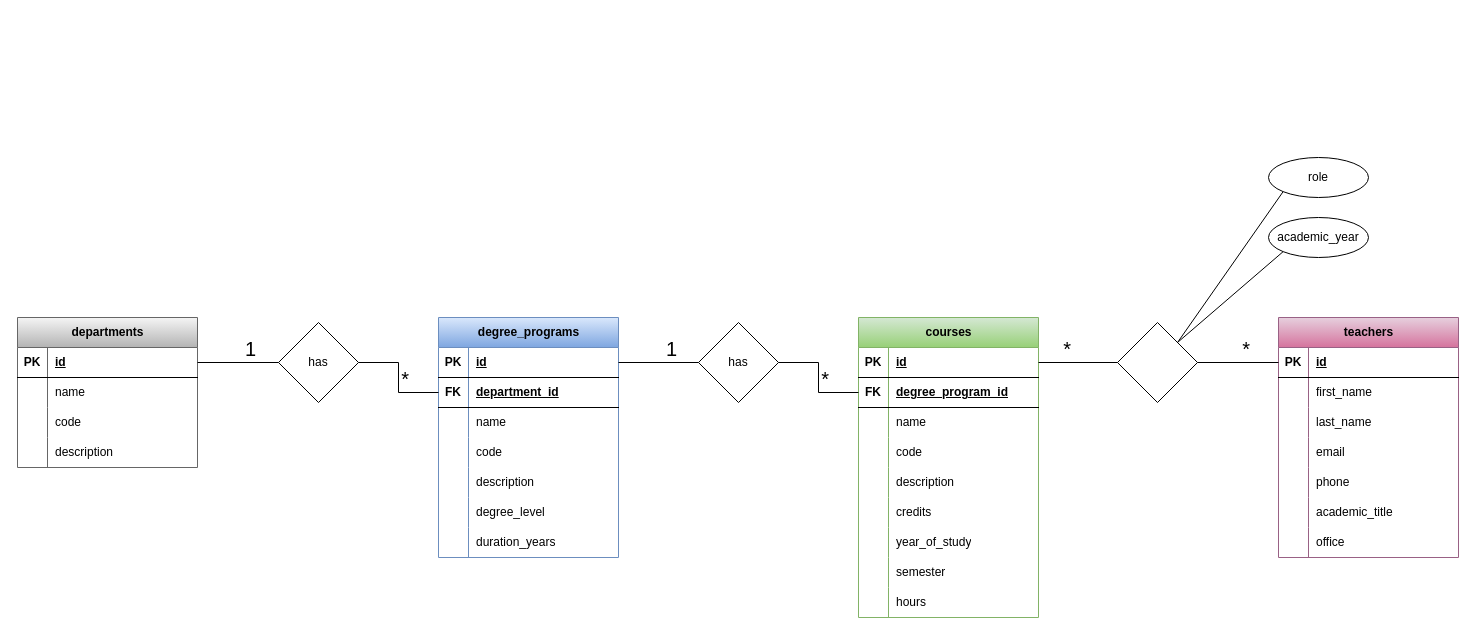
giovannimazzi/db-university keeps this draw.io diagram as db-university.drawio. Above is the earlier version. Source tidied: cells renumbered, new cells numbered last; positions are measured from the earlier drawing's top-left corner, leaving out a move shared by most shapes. Both pictures are drawn from the tidied source at 100%, with x=0, y=0 at pixel (17, 157).
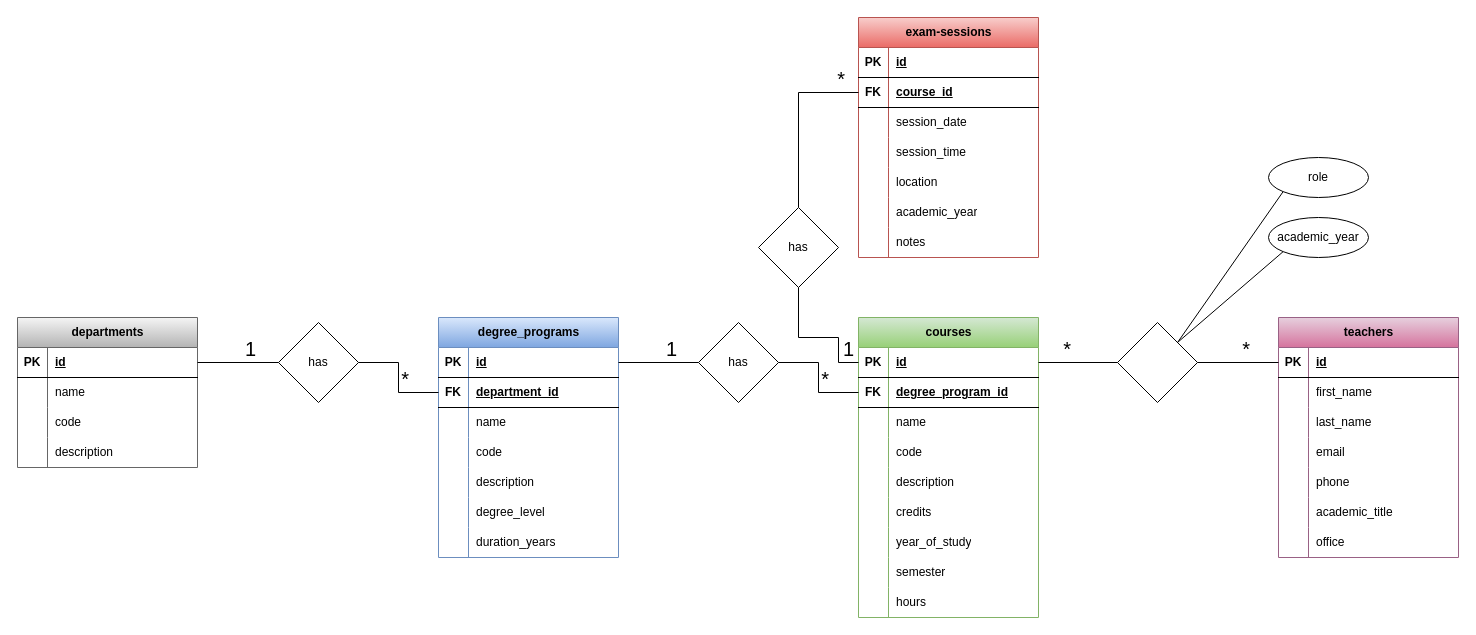
After the change.

The change refers to these unchanged cells:
```xml
<mxCell id="44" style="shape=tableRow;horizontal=0;startSize=0;swimlaneHead=0;swimlaneBody=0;fillColor=none;points=[[0,0.5],[1,0.5]];portConstraint=eastwest;top=0;left=0;right=0;bottom=1;" parent="43" vertex="1">
  <mxGeometry y="30" width="180" height="30" as="geometry" />
</mxCell>
```

Change to the diagram source:
```diff
@@
+    <mxCell id="109" value="exam-sessions" style="shape=table;startSize=30;childLayout=tableLayout;rowLines=0;fontStyle=1;align=center;html=1;fillColor=#f8cecc;strokeColor=#b85450;gradientColor=#ea6b66;" parent="1" vertex="1">
+      <mxGeometry x="841" y="-140" width="180" height="240" as="geometry" />
+    </mxCell>
+    <mxCell id="110" style="shape=tableRow;horizontal=0;startSize=0;swimlaneHead=0;swimlaneBody=0;fillColor=none;top=0;left=0;right=0;bottom=1;" parent="109" vertex="1">
+      <mxGeometry y="30" width="180" height="30" as="geometry" />
+    </mxCell>
+    <mxCell id="111" value="PK" style="shape=partialRectangle;fillColor=none;top=0;left=0;bottom=0;right=0;fontStyle=1;overflow=hidden;whiteSpace=wrap;html=1;" parent="110" vertex="1">
+      <mxGeometry width="30" height="30" as="geometry" />
+    </mxCell>
+    <mxCell id="112" value="id" style="shape=partialRectangle;fillColor=none;top=0;left=0;bottom=0;right=0;align=left;spacingLeft=6;fontStyle=5;overflow=hidden;whiteSpace=wrap;html=1;" parent="110" vertex="1">
+      <mxGeometry x="30" width="150" height="30" as="geometry" />
+    </mxCell>
+    <mxCell id="113" style="shape=tableRow;horizontal=0;startSize=0;swimlaneHead=0;swimlaneBody=0;fillColor=none;points=[[0,0.5],[1,0.5]];portConstraint=eastwest;top=0;left=0;right=0;bottom=1;" parent="109" vertex="1">
+      <mxGeometry y="60" width="180" height="30" as="geometry" />
+    </mxCell>
+    <mxCell id="114" value="FK" style="shape=partialRectangle;fillColor=none;top=0;left=0;bottom=0;right=0;fontStyle=1;overflow=hidden;whiteSpace=wrap;html=1;" parent="113" vertex="1">
+      <mxGeometry width="30" height="30" as="geometry" />
+    </mxCell>
+    <mxCell id="115" value="course_id" style="shape=partialRectangle;fillColor=none;top=0;left=0;bottom=0;right=0;align=left;spacingLeft=6;fontStyle=5;overflow=hidden;whiteSpace=wrap;html=1;" parent="113" vertex="1">
+      <mxGeometry x="30" width="150" height="30" as="geometry" />
+    </mxCell>
+    <mxCell id="116" style="shape=tableRow;horizontal=0;startSize=0;swimlaneHead=0;swimlaneBody=0;fillColor=none;top=0;left=0;right=0;bottom=0;" parent="109" vertex="1">
+      <mxGeometry y="90" width="180" height="30" as="geometry" />
+    </mxCell>
+    <mxCell id="117" style="shape=partialRectangle;fillColor=none;top=0;left=0;bottom=0;right=0;overflow=hidden;whiteSpace=wrap;html=1;" parent="116" vertex="1">
+      <mxGeometry width="30" height="30" as="geometry" />
+    </mxCell>
+    <mxCell id="118" value="session_date" style="shape=partialRectangle;fillColor=none;top=0;left=0;bottom=0;right=0;align=left;spacingLeft=6;overflow=hidden;whiteSpace=wrap;html=1;" parent="116" vertex="1">
+      <mxGeometry x="30" width="150" height="30" as="geometry" />
+    </mxCell>
+    <mxCell id="119" style="shape=tableRow;horizontal=0;startSize=0;swimlaneHead=0;swimlaneBody=0;fillColor=none;top=0;left=0;right=0;bottom=0;" parent="109" vertex="1">
+      <mxGeometry y="120" width="180" height="30" as="geometry" />
+    </mxCell>
+    <mxCell id="120" style="shape=partialRectangle;fillColor=none;top=0;left=0;bottom=0;right=0;overflow=hidden;whiteSpace=wrap;html=1;" parent="119" vertex="1">
+      <mxGeometry width="30" height="30" as="geometry" />
+    </mxCell>
+    <mxCell id="121" value="session_time" style="shape=partialRectangle;fillColor=none;top=0;left=0;bottom=0;right=0;align=left;spacingLeft=6;overflow=hidden;whiteSpace=wrap;html=1;" parent="119" vertex="1">
+      <mxGeometry x="30" width="150" height="30" as="geometry" />
+    </mxCell>
+    <mxCell id="122" style="shape=tableRow;horizontal=0;startSize=0;swimlaneHead=0;swimlaneBody=0;fillColor=none;top=0;left=0;right=0;bottom=0;" parent="109" vertex="1">
+      <mxGeometry y="150" width="180" height="30" as="geometry" />
+    </mxCell>
+    <mxCell id="123" style="shape=partialRectangle;fillColor=none;top=0;left=0;bottom=0;right=0;overflow=hidden;whiteSpace=wrap;html=1;" parent="122" vertex="1">
+      <mxGeometry width="30" height="30" as="geometry" />
+    </mxCell>
+    <mxCell id="124" value="location" style="shape=partialRectangle;fillColor=none;top=0;left=0;bottom=0;right=0;align=left;spacingLeft=6;overflow=hidden;whiteSpace=wrap;html=1;" parent="122" vertex="1">
+      <mxGeometry x="30" width="150" height="30" as="geometry" />
+    </mxCell>
+    <mxCell id="125" style="shape=tableRow;horizontal=0;startSize=0;swimlaneHead=0;swimlaneBody=0;fillColor=none;top=0;left=0;right=0;bottom=0;" parent="109" vertex="1">
+      <mxGeometry y="180" width="180" height="30" as="geometry" />
+    </mxCell>
+    <mxCell id="126" style="shape=partialRectangle;fillColor=none;top=0;left=0;bottom=0;right=0;overflow=hidden;whiteSpace=wrap;html=1;" parent="125" vertex="1">
+      <mxGeometry width="30" height="30" as="geometry" />
+    </mxCell>
+    <mxCell id="127" value="academic_year" style="shape=partialRectangle;fillColor=none;top=0;left=0;bottom=0;right=0;align=left;spacingLeft=6;overflow=hidden;whiteSpace=wrap;html=1;" parent="125" vertex="1">
+      <mxGeometry x="30" width="150" height="30" as="geometry" />
+    </mxCell>
+    <mxCell id="128" style="shape=tableRow;horizontal=0;startSize=0;swimlaneHead=0;swimlaneBody=0;fillColor=none;top=0;left=0;right=0;bottom=0;" parent="109" vertex="1">
+      <mxGeometry y="210" width="180" height="30" as="geometry" />
+    </mxCell>
+    <mxCell id="129" style="shape=partialRectangle;fillColor=none;top=0;left=0;bottom=0;right=0;overflow=hidden;whiteSpace=wrap;html=1;" parent="128" vertex="1">
+      <mxGeometry width="30" height="30" as="geometry" />
+    </mxCell>
+    <mxCell id="130" value="notes" style="shape=partialRectangle;fillColor=none;top=0;left=0;bottom=0;right=0;align=left;spacingLeft=6;overflow=hidden;whiteSpace=wrap;html=1;" parent="128" vertex="1">
+      <mxGeometry x="30" width="150" height="30" as="geometry" />
+    </mxCell>
+    <mxCell id="131" style="group;" parent="1" vertex="1">
+      <mxGeometry x="741" y="50" width="80" height="80" as="geometry" />
+    </mxCell>
+    <mxCell id="132" value="has" style="rhombus;whiteSpace=wrap;html=1;" parent="131" vertex="1">
+      <mxGeometry width="80" height="80" as="geometry" />
+    </mxCell>
+    <mxCell id="133" style="endArrow=none;html=1;rounded=0;entryX=0;entryY=0.5;entryDx=0;entryDy=0;edgeStyle=orthogonalEdgeStyle;exitX=0.5;exitY=0;exitDx=0;exitDy=0;" parent="1" edge="1" source="132" target="113">
+      <mxGeometry relative="1" as="geometry" />
+    </mxCell>
+    <mxCell id="134" value="*" style="html=1;whiteSpace=wrap;align=right;verticalAlign=bottom;fontSize=20;" parent="133" vertex="1">
+      <mxGeometry x="1" relative="1" as="geometry">
+        <mxPoint x="-12" as="offset" />
+      </mxGeometry>
+    </mxCell>
+    <mxCell id="135" style="endArrow=none;html=1;rounded=0;exitX=0.5;exitY=1;exitDx=0;exitDy=0;entryX=0;entryY=0.5;entryDx=0;entryDy=0;edgeStyle=orthogonalEdgeStyle;" parent="1" edge="1" source="132" target="44">
+      <mxGeometry relative="1" as="geometry">
+        <Array as="points">
+          <mxPoint x="781" y="180" />
+          <mxPoint x="821" y="180" />
+          <mxPoint x="821" y="205" />
+        </Array>
+      </mxGeometry>
+    </mxCell>
+    <mxCell id="136" value="1" style="html=1;whiteSpace=wrap;align=right;verticalAlign=bottom;fontSize=20;" parent="135" vertex="1">
+      <mxGeometry x="1" relative="1" as="geometry">
+        <mxPoint x="-3" as="offset" />
+      </mxGeometry>
+    </mxCell>
```
